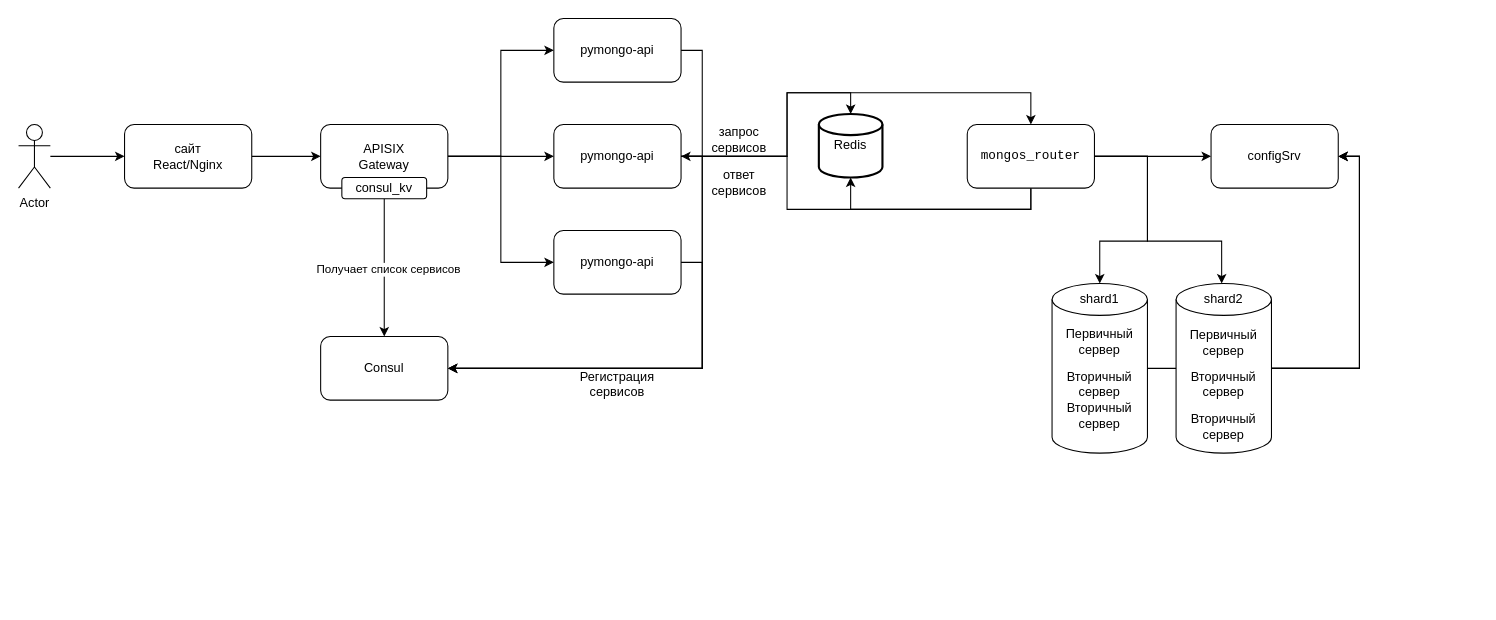
This is page "Задание №5" (5 of 6) of schema.drawio from sadam-agashirinov/sprint-2-task, a draw.io file, before an edit. Source tidied: cells renumbered, new cells numbered last; positions are measured from the earlier drawing's top-left corner, leaving out a move shared by most shapes. Both pictures are drawn from the tidied source at 106%, with x=0, y=0 at pixel (18, 18).
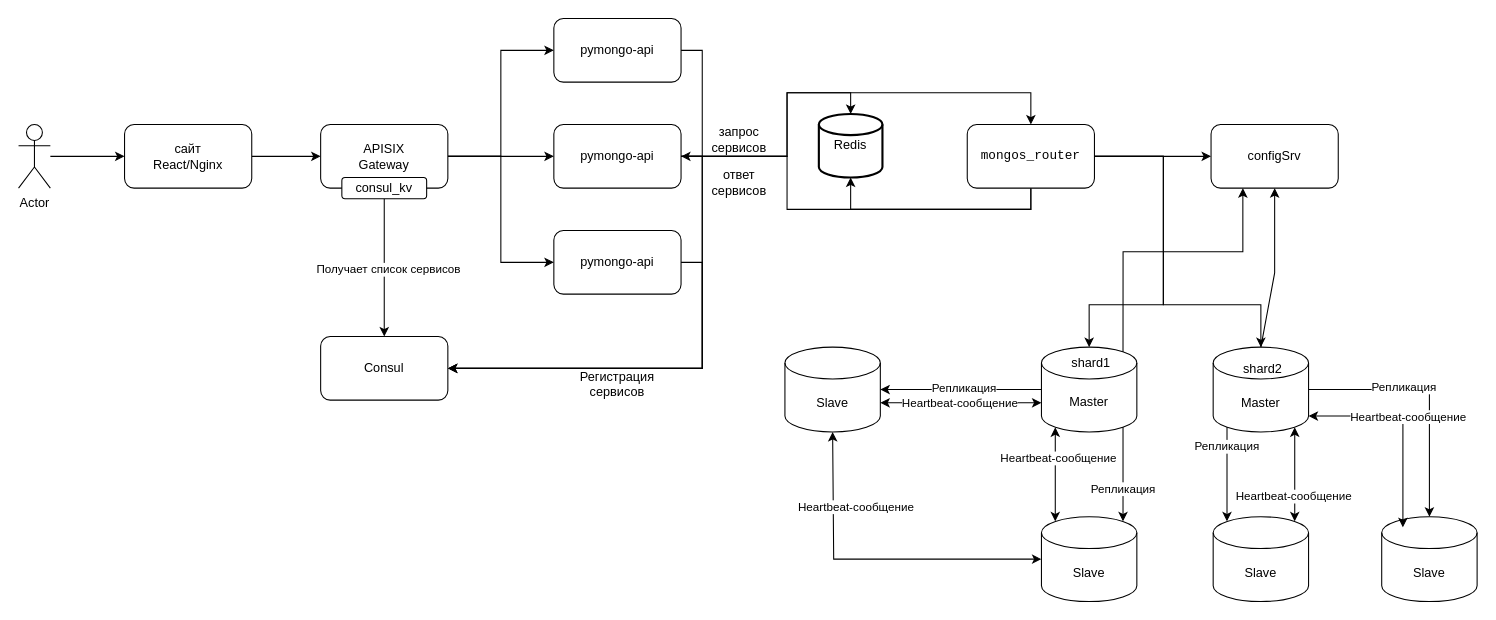
After the change.

The change refers to these unchanged cells:
```xml
<mxCell id="7" value="&lt;pre class=&quot;code-block__code-wrapper&quot;&gt;&lt;code class=&quot;code-block__code bash&quot;&gt;mongos_router&lt;/code&gt;&lt;/pre&gt;" style="rounded=1;whiteSpace=wrap;html=1;" parent="1" vertex="1">
  <mxGeometry x="895" y="100" width="120" height="60" as="geometry" />
</mxCell>
<mxCell id="14" value="configSrv" style="rounded=1;whiteSpace=wrap;html=1;" parent="1" vertex="1">
  <mxGeometry x="1125" y="100" width="120" height="60" as="geometry" />
</mxCell>
```

What changed in the source:
```diff
@@
-    <mxCell id="5" style="edgeStyle=orthogonalEdgeStyle;rounded=0;jettySize=auto;html=1;entryX=0.5;entryY=0;entryDx=0;entryDy=0;exitX=1;exitY=0.5;exitDx=0;exitDy=0;" parent="1" edge="1" source="7" target="10">
-      <mxGeometry relative="1" as="geometry">
-        <Array as="points">
-          <mxPoint x="1065" y="130" />
-          <mxPoint x="1065" y="210" />
-          <mxPoint x="1020" y="210" />
-        </Array>
-      </mxGeometry>
-    </mxCell>
@@
-    <mxCell id="8" style="group;" parent="1" vertex="1">
-      <mxGeometry x="975" y="250" width="90" height="160" as="geometry" />
-    </mxCell>
-    <mxCell id="9" style="shape=cylinder3;whiteSpace=wrap;html=1;boundedLbl=1;backgroundOutline=1;size=15;" parent="8" vertex="1">
-      <mxGeometry width="90" height="160" as="geometry" />
-    </mxCell>
-    <mxCell id="10" value="shard1" style="text;html=1;align=center;verticalAlign=middle;whiteSpace=wrap;rounded=0;" parent="8" vertex="1">
-      <mxGeometry x="15" width="60" height="30" as="geometry" />
-    </mxCell>
-    <mxCell id="11" value="Первичный сервер" style="text;html=1;align=center;verticalAlign=middle;whiteSpace=wrap;rounded=0;" parent="8" vertex="1">
-      <mxGeometry x="15" y="40" width="60" height="30" as="geometry" />
-    </mxCell>
-    <mxCell id="12" value="Вторичный сервер" style="text;html=1;align=center;verticalAlign=middle;whiteSpace=wrap;rounded=0;" parent="8" vertex="1">
-      <mxGeometry x="15" y="80" width="60" height="30" as="geometry" />
-    </mxCell>
-    <mxCell id="13" value="Вторичный сервер" style="text;html=1;align=center;verticalAlign=middle;whiteSpace=wrap;rounded=0;" parent="8" vertex="1">
-      <mxGeometry x="15" y="110" width="60" height="30" as="geometry" />
-    </mxCell>
@@
-    <mxCell id="16" style="edgeStyle=orthogonalEdgeStyle;rounded=0;jettySize=auto;html=1;entryX=0.467;entryY=0.225;entryDx=0;entryDy=0;entryPerimeter=0;" parent="1" edge="1" source="7" target="21">
-      <mxGeometry relative="1" as="geometry">
-        <Array as="points">
-          <mxPoint x="1065" y="130" />
-          <mxPoint x="1065" y="210" />
-          <mxPoint x="1135" y="210" />
-        </Array>
-      </mxGeometry>
-    </mxCell>
-    <mxCell id="17" style="edgeStyle=orthogonalEdgeStyle;rounded=0;jettySize=auto;html=1;entryX=1;entryY=0.5;entryDx=0;entryDy=0;exitX=1;exitY=0.5;exitDx=0;exitDy=0;exitPerimeter=0;" parent="1" edge="1" source="20" target="14">
-      <mxGeometry relative="1" as="geometry" />
-    </mxCell>
-    <mxCell id="18" style="edgeStyle=orthogonalEdgeStyle;rounded=0;jettySize=auto;html=1;entryX=1;entryY=0.5;entryDx=0;entryDy=0;" parent="1" edge="1" source="9" target="14">
-      <mxGeometry relative="1" as="geometry" />
-    </mxCell>
-    <mxCell id="19" style="group;" parent="1" vertex="1">
-      <mxGeometry x="1092" y="250" width="90" height="160" as="geometry" />
-    </mxCell>
-    <mxCell id="20" style="shape=cylinder3;whiteSpace=wrap;html=1;boundedLbl=1;backgroundOutline=1;size=15;" parent="19" vertex="1">
-      <mxGeometry width="90" height="160" as="geometry" />
-    </mxCell>
-    <mxCell id="21" value="shard2" style="text;html=1;align=center;verticalAlign=middle;whiteSpace=wrap;rounded=0;" parent="19" vertex="1">
-      <mxGeometry x="15" y="-12" width="60" height="53.3" as="geometry" />
-    </mxCell>
-    <mxCell id="22" value="Первичный сервер" style="text;html=1;align=center;verticalAlign=middle;whiteSpace=wrap;rounded=0;" parent="19" vertex="1">
-      <mxGeometry x="15" y="41.3" width="60" height="30" as="geometry" />
-    </mxCell>
-    <mxCell id="23" value="Вторичный сервер" style="text;html=1;align=center;verticalAlign=middle;whiteSpace=wrap;rounded=0;" parent="19" vertex="1">
-      <mxGeometry x="15" y="80" width="60" height="30" as="geometry" />
-    </mxCell>
-    <mxCell id="24" value="Вторичный сервер" style="text;html=1;align=center;verticalAlign=middle;whiteSpace=wrap;rounded=0;" parent="19" vertex="1">
-      <mxGeometry x="15" y="120" width="60" height="30" as="geometry" />
-    </mxCell>
@@
-    <mxCell id="26" style="edgeStyle=orthogonalEdgeStyle;rounded=0;jettySize=auto;html=1;entryX=1;entryY=0.5;entryDx=0;entryDy=0;exitX=1;exitY=0.5;exitDx=0;exitDy=0;exitPerimeter=0;" parent="1" edge="1" source="20" target="14">
-      <mxGeometry relative="1" as="geometry">
-        <Array as="points">
-          <mxPoint x="1265" y="330" />
-          <mxPoint x="1265" y="130" />
-        </Array>
-      </mxGeometry>
-    </mxCell>
@@
+    <mxCell id="48" style="group;" parent="1" vertex="1">
+      <mxGeometry x="996" y="310" width="90" height="80" as="geometry" />
+    </mxCell>
+    <mxCell id="49" style="shape=cylinder3;whiteSpace=wrap;html=1;boundedLbl=1;backgroundOutline=1;size=15;" parent="48" vertex="1">
+      <mxGeometry x="-31" width="90" height="80" as="geometry" />
+    </mxCell>
+    <mxCell id="10" value="shard1" style="text;html=1;align=center;verticalAlign=middle;whiteSpace=wrap;rounded=0;" parent="48" vertex="1">
+      <mxGeometry x="-14" y="7" width="60" height="15" as="geometry" />
+    </mxCell>
+    <mxCell id="50" value="Master" style="text;html=1;align=center;verticalAlign=middle;whiteSpace=wrap;rounded=0;" parent="48" vertex="1">
+      <mxGeometry x="-16" y="44" width="60" height="15" as="geometry" />
+    </mxCell>
+    <mxCell id="51" value="Slave" style="shape=cylinder3;whiteSpace=wrap;html=1;boundedLbl=1;backgroundOutline=1;size=15;" parent="1" vertex="1">
+      <mxGeometry x="965" y="470" width="90" height="80" as="geometry" />
+    </mxCell>
+    <mxCell id="52" style="edgeStyle=orthogonalEdgeStyle;rounded=0;jettySize=auto;html=1;exitX=0.855;exitY=1;exitDx=0;exitDy=-4.35;exitPerimeter=0;entryX=0.855;entryY=0;entryDx=0;entryDy=4.35;entryPerimeter=0;" parent="1" edge="1" source="49" target="51">
+      <mxGeometry relative="1" as="geometry" />
+    </mxCell>
+    <mxCell id="53" value="Репликация" style="edgeLabel;html=1;align=center;verticalAlign=middle;" parent="52" vertex="1">
+      <mxGeometry x="-0.11" relative="1" as="geometry">
+        <mxPoint y="19" as="offset" />
+      </mxGeometry>
+    </mxCell>
+    <mxCell id="54" value="Slave" style="shape=cylinder3;whiteSpace=wrap;html=1;boundedLbl=1;backgroundOutline=1;size=15;" parent="1" vertex="1">
+      <mxGeometry x="723" y="310" width="90" height="80" as="geometry" />
+    </mxCell>
+    <mxCell id="55" style="edgeStyle=orthogonalEdgeStyle;rounded=0;jettySize=auto;html=1;" parent="1" edge="1" source="49" target="54">
+      <mxGeometry relative="1" as="geometry" />
+    </mxCell>
+    <mxCell id="56" value="Репликация" style="edgeLabel;html=1;align=center;verticalAlign=middle;" parent="55" vertex="1">
+      <mxGeometry x="-0.02" y="-2" relative="1" as="geometry" />
+    </mxCell>
+    <mxCell id="57" style="endArrow=classic;startArrow=classic;html=1;rounded=0;entryX=0.5;entryY=1;entryDx=0;entryDy=0;entryPerimeter=0;exitX=0;exitY=0.5;exitDx=0;exitDy=0;exitPerimeter=0;" parent="1" edge="1" source="51" target="54">
+      <mxGeometry relative="1" as="geometry">
+        <Array as="points">
+          <mxPoint x="769" y="510" />
+        </Array>
+      </mxGeometry>
+    </mxCell>
+    <mxCell id="58" value="Heartbeat-сообщение" style="edgeLabel;html=1;align=center;verticalAlign=middle;" parent="57" vertex="1">
+      <mxGeometry y="-3" relative="1" as="geometry">
+        <mxPoint x="-18" y="-47" as="offset" />
+      </mxGeometry>
+    </mxCell>
+    <mxCell id="59" style="endArrow=classic;startArrow=classic;html=1;rounded=0;entryX=0;entryY=0;entryDx=0;entryDy=52.5;entryPerimeter=0;exitX=1;exitY=0;exitDx=0;exitDy=52.5;exitPerimeter=0;" parent="1" edge="1" source="54" target="49">
+      <mxGeometry relative="1" as="geometry" />
+    </mxCell>
+    <mxCell id="60" value="Heartbeat-сообщение" style="edgeLabel;html=1;align=center;verticalAlign=middle;" parent="59" vertex="1">
+      <mxGeometry x="-0.44" relative="1" as="geometry">
+        <mxPoint x="31" as="offset" />
+      </mxGeometry>
+    </mxCell>
+    <mxCell id="61" style="endArrow=classic;startArrow=classic;html=1;rounded=0;entryX=0.145;entryY=1;entryDx=0;entryDy=-4.35;entryPerimeter=0;exitX=0.145;exitY=0;exitDx=0;exitDy=4.35;exitPerimeter=0;" parent="1" edge="1" source="51" target="49">
+      <mxGeometry relative="1" as="geometry" />
+    </mxCell>
+    <mxCell id="62" value="Heartbeat-сообщение" style="edgeLabel;html=1;align=center;verticalAlign=middle;" parent="61" vertex="1">
+      <mxGeometry x="0.14" y="1" relative="1" as="geometry">
+        <mxPoint x="3" y="-9" as="offset" />
+      </mxGeometry>
+    </mxCell>
+    <mxCell id="63" style="edgeStyle=orthogonalEdgeStyle;rounded=0;jettySize=auto;html=1;entryX=0.5;entryY=0;entryDx=0;entryDy=0;entryPerimeter=0;exitX=1;exitY=0.5;exitDx=0;exitDy=0;exitPerimeter=0;" parent="1" edge="1" source="73" target="67">
+      <mxGeometry relative="1" as="geometry" />
+    </mxCell>
+    <mxCell id="64" value="Репликация" style="edgeLabel;html=1;align=center;verticalAlign=middle;" parent="63" vertex="1">
+      <mxGeometry x="-0.48" y="3" relative="1" as="geometry">
+        <mxPoint x="28" as="offset" />
+      </mxGeometry>
+    </mxCell>
+    <mxCell id="65" style="edgeStyle=orthogonalEdgeStyle;rounded=0;jettySize=auto;html=1;exitX=0.145;exitY=1;exitDx=0;exitDy=-4.35;exitPerimeter=0;entryX=0.145;entryY=0;entryDx=0;entryDy=4.35;entryPerimeter=0;" parent="1" edge="1" source="73" target="68">
+      <mxGeometry relative="1" as="geometry" />
+    </mxCell>
+    <mxCell id="66" value="Репликация" style="edgeLabel;html=1;align=center;verticalAlign=middle;" parent="65" vertex="1">
+      <mxGeometry x="-0.12" y="-1" relative="1" as="geometry">
+        <mxPoint y="-21" as="offset" />
+      </mxGeometry>
+    </mxCell>
+    <mxCell id="67" value="Slave" style="shape=cylinder3;whiteSpace=wrap;html=1;boundedLbl=1;backgroundOutline=1;size=15;" parent="1" vertex="1">
+      <mxGeometry x="1286" y="470" width="90" height="80" as="geometry" />
+    </mxCell>
+    <mxCell id="68" value="Slave" style="shape=cylinder3;whiteSpace=wrap;html=1;boundedLbl=1;backgroundOutline=1;size=15;" parent="1" vertex="1">
+      <mxGeometry x="1127" y="470" width="90" height="80" as="geometry" />
+    </mxCell>
+    <mxCell id="69" style="endArrow=classic;startArrow=classic;html=1;rounded=0;entryX=0.855;entryY=1;entryDx=0;entryDy=-4.35;entryPerimeter=0;exitX=0.855;exitY=0;exitDx=0;exitDy=4.35;exitPerimeter=0;" parent="1" edge="1" source="68" target="73">
+      <mxGeometry relative="1" as="geometry" />
+    </mxCell>
+    <mxCell id="70" value="Heartbeat-сообщение" style="edgeLabel;html=1;align=center;verticalAlign=middle;" parent="69" vertex="1">
+      <mxGeometry x="-0.47" y="1" relative="1" as="geometry" />
+    </mxCell>
+    <mxCell id="71" style="endArrow=classic;startArrow=classic;html=1;rounded=0;exitX=1;exitY=1;exitDx=0;exitDy=-15;exitPerimeter=0;" parent="1" edge="1" source="73">
+      <mxGeometry relative="1" as="geometry">
+        <mxPoint x="1306" y="480" as="targetPoint" />
+        <Array as="points">
+          <mxPoint x="1306" y="375" />
+        </Array>
+      </mxGeometry>
+    </mxCell>
+    <mxCell id="72" value="Heartbeat-сообщение" style="edgeLabel;html=1;align=center;verticalAlign=middle;" parent="71" vertex="1">
+      <mxGeometry x="-0.11" relative="1" as="geometry">
+        <mxPoint x="7" as="offset" />
+      </mxGeometry>
+    </mxCell>
+    <mxCell id="73" value="Master" style="shape=cylinder3;whiteSpace=wrap;html=1;boundedLbl=1;backgroundOutline=1;size=15;" parent="1" vertex="1">
+      <mxGeometry x="1127" y="310" width="90" height="80" as="geometry" />
+    </mxCell>
+    <mxCell id="21" value="shard2" style="text;html=1;align=center;verticalAlign=middle;whiteSpace=wrap;rounded=0;" parent="1" vertex="1">
+      <mxGeometry x="1144" y="316" width="60" height="30" as="geometry" />
+    </mxCell>
+    <mxCell id="74" style="endArrow=classic;html=1;rounded=0;exitX=1;exitY=0.5;exitDx=0;exitDy=0;entryX=0.5;entryY=0;entryDx=0;entryDy=0;entryPerimeter=0;" parent="1" edge="1" source="7" target="73">
+      <mxGeometry relative="1" as="geometry">
+        <Array as="points">
+          <mxPoint x="1080" y="130" />
+          <mxPoint x="1080" y="270" />
+          <mxPoint x="1172" y="270" />
+        </Array>
+      </mxGeometry>
+    </mxCell>
+    <mxCell id="75" style="endArrow=classic;html=1;rounded=0;entryX=0.5;entryY=0;entryDx=0;entryDy=0;entryPerimeter=0;exitX=1;exitY=0.5;exitDx=0;exitDy=0;" parent="1" edge="1" source="7" target="49">
+      <mxGeometry relative="1" as="geometry">
+        <Array as="points">
+          <mxPoint x="1080" y="130" />
+          <mxPoint x="1080" y="270" />
+          <mxPoint x="1010" y="270" />
+        </Array>
+      </mxGeometry>
+    </mxCell>
+    <mxCell id="76" style="endArrow=classic;html=1;rounded=0;entryX=0.5;entryY=1;entryDx=0;entryDy=0;exitX=0.5;exitY=0;exitDx=0;exitDy=0;exitPerimeter=0;" parent="1" edge="1" source="73" target="14">
+      <mxGeometry relative="1" as="geometry">
+        <Array as="points">
+          <mxPoint x="1185" y="240" />
+        </Array>
+      </mxGeometry>
+    </mxCell>
+    <mxCell id="77" style="endArrow=classic;html=1;rounded=0;exitX=0.855;exitY=0;exitDx=0;exitDy=4.35;exitPerimeter=0;entryX=0.25;entryY=1;entryDx=0;entryDy=0;" parent="1" edge="1" source="49" target="14">
+      <mxGeometry relative="1" as="geometry">
+        <Array as="points">
+          <mxPoint x="1042" y="220" />
+          <mxPoint x="1155" y="220" />
+        </Array>
+      </mxGeometry>
+    </mxCell>
```
